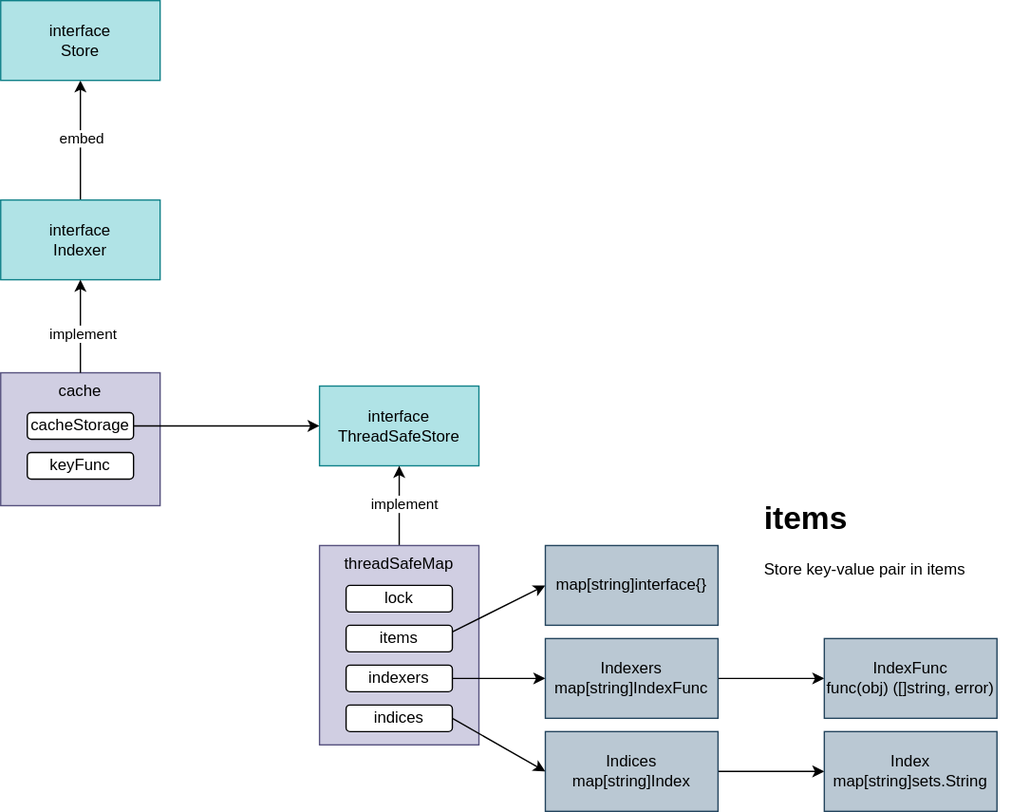
nakamasato/kubernetes-training keeps this draw.io diagram as contents/kubernetes-operator/client-go/indexer/indexer.drawio.svg. Above is the earlier version. Source tidied: cells renumbered, new cells last; positions are measured from the earlier drawing's top-left corner, leaving out a move shared by most shapes. The source it was exported from:
```xml
<mxGraphModel>
  <root>
    <mxCell id="0" />
    <mxCell id="1" parent="0" />
    <mxCell id="2" value="cache" style="rounded=0;whiteSpace=wrap;html=1;verticalAlign=top;fillColor=#d0cee2;strokeColor=#56517e;" parent="1" vertex="1">
      <mxGeometry y="280" width="120" height="100" as="geometry" />
    </mxCell>
    <mxCell id="3" style="edgeStyle=none;html=1;" parent="1" edge="1" source="5" target="6">
      <mxGeometry relative="1" as="geometry" />
    </mxCell>
    <mxCell id="4" value="embed" style="edgeLabel;html=1;align=center;verticalAlign=middle;" parent="3" vertex="1">
      <mxGeometry x="0.04" relative="1" as="geometry" />
    </mxCell>
    <mxCell id="5" value="interface&lt;br&gt;Indexer" style="rounded=0;whiteSpace=wrap;html=1;fillColor=#b0e3e6;strokeColor=#0e8088;" parent="1" vertex="1">
      <mxGeometry y="150" width="120" height="60" as="geometry" />
    </mxCell>
    <mxCell id="6" value="interface&lt;br&gt;Store" style="rounded=0;whiteSpace=wrap;html=1;fillColor=#b0e3e6;strokeColor=#0e8088;" parent="1" vertex="1">
      <mxGeometry width="120" height="60" as="geometry" />
    </mxCell>
    <mxCell id="7" style="edgeStyle=none;html=1;" parent="1" edge="1" source="2" target="5">
      <mxGeometry relative="1" as="geometry" />
    </mxCell>
    <mxCell id="8" value="implement" style="edgeLabel;html=1;align=center;verticalAlign=middle;" parent="7" vertex="1">
      <mxGeometry x="-0.17" y="-1" relative="1" as="geometry" />
    </mxCell>
    <mxCell id="9" style="edgeStyle=none;html=1;exitX=1;exitY=0.5;exitDx=0;exitDy=0;" parent="1" edge="1" source="11" target="10">
      <mxGeometry relative="1" as="geometry" />
    </mxCell>
    <mxCell id="10" value="interface&lt;br&gt;ThreadSafeStore" style="rounded=0;whiteSpace=wrap;html=1;fillColor=#b0e3e6;strokeColor=#0e8088;" parent="1" vertex="1">
      <mxGeometry x="240" y="290" width="120" height="60" as="geometry" />
    </mxCell>
    <mxCell id="11" value="cacheStorage" style="rounded=1;whiteSpace=wrap;html=1;" parent="1" vertex="1">
      <mxGeometry x="20" y="310" width="80" height="20" as="geometry" />
    </mxCell>
    <mxCell id="12" value="keyFunc" style="rounded=1;whiteSpace=wrap;html=1;" parent="1" vertex="1">
      <mxGeometry x="20" y="340" width="80" height="20" as="geometry" />
    </mxCell>
    <mxCell id="13" style="edgeStyle=none;html=1;" parent="1" edge="1" source="15" target="10">
      <mxGeometry relative="1" as="geometry" />
    </mxCell>
    <mxCell id="14" value="implement" style="edgeLabel;html=1;align=center;verticalAlign=middle;" parent="13" vertex="1">
      <mxGeometry x="0.07" y="-3" relative="1" as="geometry" />
    </mxCell>
    <mxCell id="15" value="threadSafeMap" style="rounded=0;whiteSpace=wrap;html=1;verticalAlign=top;fillColor=#d0cee2;strokeColor=#56517e;" parent="1" vertex="1">
      <mxGeometry x="240" y="410" width="120" height="150" as="geometry" />
    </mxCell>
    <mxCell id="16" value="lock" style="rounded=1;whiteSpace=wrap;html=1;" parent="1" vertex="1">
      <mxGeometry x="260" y="440" width="80" height="20" as="geometry" />
    </mxCell>
    <mxCell id="17" style="edgeStyle=none;html=1;entryX=0;entryY=0.5;entryDx=0;entryDy=0;exitX=1;exitY=0.25;exitDx=0;exitDy=0;" parent="1" edge="1" source="18" target="29">
      <mxGeometry relative="1" as="geometry" />
    </mxCell>
    <mxCell id="18" value="items" style="rounded=1;whiteSpace=wrap;html=1;" parent="1" vertex="1">
      <mxGeometry x="260" y="470" width="80" height="20" as="geometry" />
    </mxCell>
    <mxCell id="19" style="edgeStyle=none;html=1;" parent="1" edge="1" source="20" target="24">
      <mxGeometry relative="1" as="geometry" />
    </mxCell>
    <mxCell id="20" value="indexers" style="rounded=1;whiteSpace=wrap;html=1;" parent="1" vertex="1">
      <mxGeometry x="260" y="500" width="80" height="20" as="geometry" />
    </mxCell>
    <mxCell id="21" style="edgeStyle=none;html=1;entryX=0;entryY=0.5;entryDx=0;entryDy=0;exitX=1;exitY=0.5;exitDx=0;exitDy=0;" parent="1" edge="1" source="22" target="26">
      <mxGeometry relative="1" as="geometry" />
    </mxCell>
    <mxCell id="22" value="indices" style="rounded=1;whiteSpace=wrap;html=1;" parent="1" vertex="1">
      <mxGeometry x="260" y="530" width="80" height="20" as="geometry" />
    </mxCell>
    <mxCell id="23" style="edgeStyle=none;html=1;" parent="1" edge="1" source="24" target="27">
      <mxGeometry relative="1" as="geometry" />
    </mxCell>
    <mxCell id="24" value="Indexers&lt;br&gt;map[string]IndexFunc" style="rounded=0;whiteSpace=wrap;html=1;fillColor=#bac8d3;strokeColor=#23445d;" parent="1" vertex="1">
      <mxGeometry x="410" y="480" width="130" height="60" as="geometry" />
    </mxCell>
    <mxCell id="25" style="edgeStyle=none;html=1;" parent="1" edge="1" source="26" target="28">
      <mxGeometry relative="1" as="geometry" />
    </mxCell>
    <mxCell id="26" value="Indices&lt;br&gt;map[string]Index" style="rounded=0;whiteSpace=wrap;html=1;fillColor=#bac8d3;strokeColor=#23445d;" parent="1" vertex="1">
      <mxGeometry x="410" y="550" width="130" height="60" as="geometry" />
    </mxCell>
    <mxCell id="27" value="IndexFunc&lt;br&gt;func(obj) ([]string, error)" style="rounded=0;whiteSpace=wrap;html=1;fillColor=#bac8d3;strokeColor=#23445d;" parent="1" vertex="1">
      <mxGeometry x="620" y="480" width="130" height="60" as="geometry" />
    </mxCell>
    <mxCell id="28" value="Index&lt;br&gt;map[string]sets.String" style="rounded=0;whiteSpace=wrap;html=1;fillColor=#bac8d3;strokeColor=#23445d;" parent="1" vertex="1">
      <mxGeometry x="620" y="550" width="130" height="60" as="geometry" />
    </mxCell>
    <mxCell id="29" value="map[string]interface{}" style="rounded=0;whiteSpace=wrap;html=1;fillColor=#bac8d3;strokeColor=#23445d;" parent="1" vertex="1">
      <mxGeometry x="410" y="410" width="130" height="60" as="geometry" />
    </mxCell>
    <mxCell id="30" value="&lt;h1&gt;items&lt;/h1&gt;&lt;p&gt;Store key-value pair in items&lt;/p&gt;" style="text;html=1;strokeColor=none;fillColor=none;spacing=5;spacingTop=-20;whiteSpace=wrap;overflow=hidden;rounded=0;" parent="1" vertex="1">
      <mxGeometry x="570" y="370" width="190" height="80" as="geometry" />
    </mxCell>
  </root>
</mxGraphModel>
```
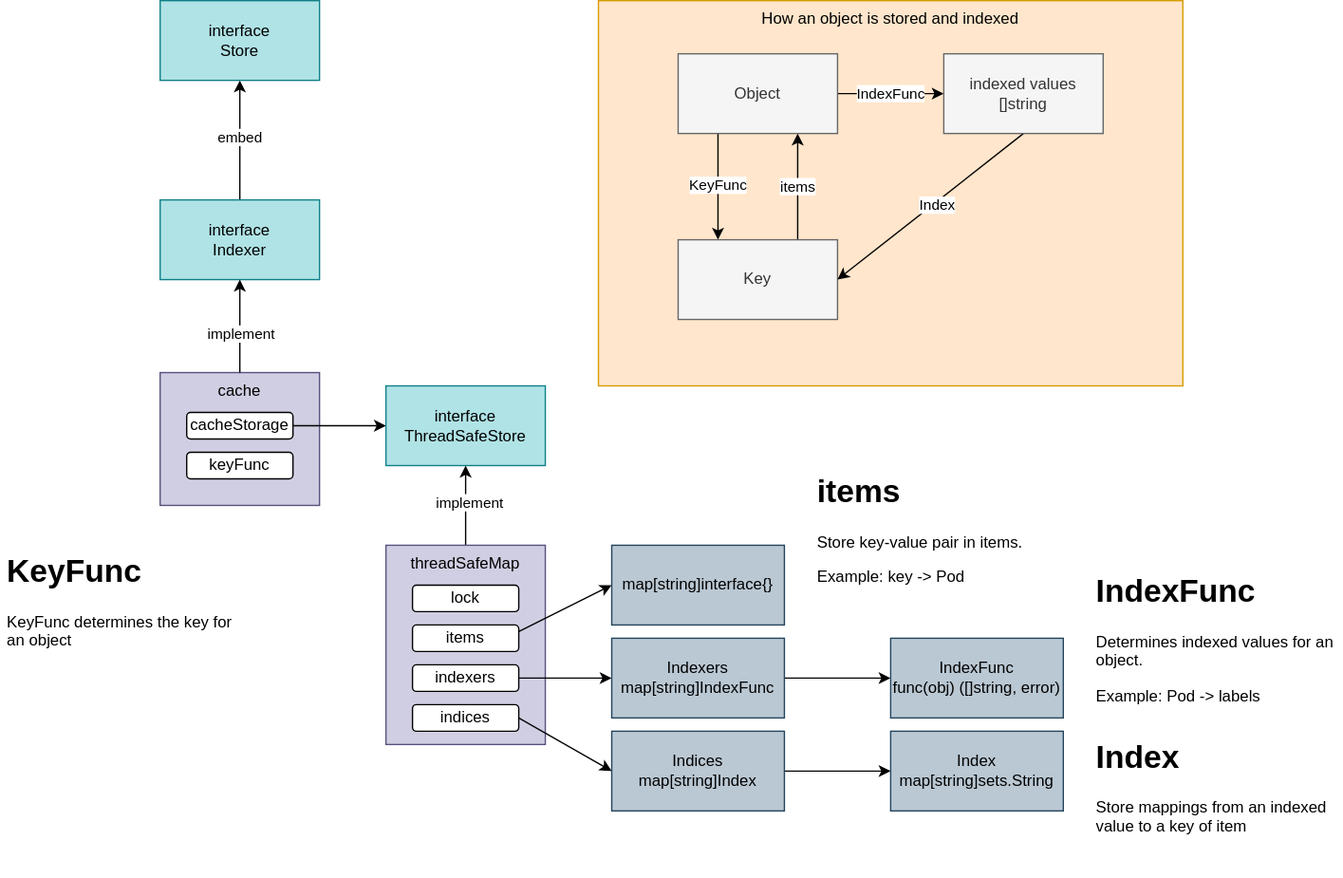
The same diagram one commit later.

Diff of the diagram source:
```diff
@@ -2,8 +2,11 @@
   <root>
     <mxCell id="0" />
     <mxCell id="1" parent="0" />
+    <mxCell id="31" value="How an object is stored and indexed" style="rounded=0;whiteSpace=wrap;html=1;fillColor=#ffe6cc;strokeColor=#d79b00;verticalAlign=top;" parent="1" vertex="1">
+      <mxGeometry x="400" width="440" height="290" as="geometry" />
+    </mxCell>
     <mxCell id="2" value="cache" style="rounded=0;whiteSpace=wrap;html=1;verticalAlign=top;fillColor=#d0cee2;strokeColor=#56517e;" parent="1" vertex="1">
-      <mxGeometry y="280" width="120" height="100" as="geometry" />
+      <mxGeometry x="70" y="280" width="120" height="100" as="geometry" />
     </mxCell>
     <mxCell id="3" style="edgeStyle=none;html=1;" parent="1" edge="1" source="5" target="6">
       <mxGeometry relative="1" as="geometry" />
@@ -12,10 +15,10 @@
       <mxGeometry x="0.04" relative="1" as="geometry" />
     </mxCell>
     <mxCell id="5" value="interface&lt;br&gt;Indexer" style="rounded=0;whiteSpace=wrap;html=1;fillColor=#b0e3e6;strokeColor=#0e8088;" parent="1" vertex="1">
-      <mxGeometry y="150" width="120" height="60" as="geometry" />
+      <mxGeometry x="70" y="150" width="120" height="60" as="geometry" />
     </mxCell>
     <mxCell id="6" value="interface&lt;br&gt;Store" style="rounded=0;whiteSpace=wrap;html=1;fillColor=#b0e3e6;strokeColor=#0e8088;" parent="1" vertex="1">
-      <mxGeometry width="120" height="60" as="geometry" />
+      <mxGeometry x="70" width="120" height="60" as="geometry" />
     </mxCell>
     <mxCell id="7" style="edgeStyle=none;html=1;" parent="1" edge="1" source="2" target="5">
       <mxGeometry relative="1" as="geometry" />
@@ -30,10 +33,10 @@
       <mxGeometry x="240" y="290" width="120" height="60" as="geometry" />
     </mxCell>
     <mxCell id="11" value="cacheStorage" style="rounded=1;whiteSpace=wrap;html=1;" parent="1" vertex="1">
-      <mxGeometry x="20" y="310" width="80" height="20" as="geometry" />
+      <mxGeometry x="90" y="310" width="80" height="20" as="geometry" />
     </mxCell>
     <mxCell id="12" value="keyFunc" style="rounded=1;whiteSpace=wrap;html=1;" parent="1" vertex="1">
-      <mxGeometry x="20" y="340" width="80" height="20" as="geometry" />
+      <mxGeometry x="90" y="340" width="80" height="20" as="geometry" />
     </mxCell>
     <mxCell id="13" style="edgeStyle=none;html=1;" parent="1" edge="1" source="15" target="10">
       <mxGeometry relative="1" as="geometry" />
@@ -86,8 +89,44 @@
     <mxCell id="29" value="map[string]interface{}" style="rounded=0;whiteSpace=wrap;html=1;fillColor=#bac8d3;strokeColor=#23445d;" parent="1" vertex="1">
       <mxGeometry x="410" y="410" width="130" height="60" as="geometry" />
     </mxCell>
-    <mxCell id="30" value="&lt;h1&gt;items&lt;/h1&gt;&lt;p&gt;Store key-value pair in items&lt;/p&gt;" style="text;html=1;strokeColor=none;fillColor=none;spacing=5;spacingTop=-20;whiteSpace=wrap;overflow=hidden;rounded=0;" parent="1" vertex="1">
-      <mxGeometry x="570" y="370" width="190" height="80" as="geometry" />
+    <mxCell id="30" value="&lt;h1&gt;items&lt;/h1&gt;&lt;p&gt;Store key-value pair in items.&lt;/p&gt;&lt;p&gt;Example: key -&amp;gt; Pod&lt;/p&gt;" style="text;html=1;strokeColor=none;fillColor=none;spacing=5;spacingTop=-20;whiteSpace=wrap;overflow=hidden;rounded=0;" parent="1" vertex="1">
+      <mxGeometry x="560" y="350" width="190" height="110" as="geometry" />
     </mxCell>
+    <mxCell id="32" value="&lt;h1&gt;IndexFunc&lt;/h1&gt;&lt;p&gt;Determines indexed values for an object.&lt;/p&gt;&lt;p&gt;Example: Pod -&amp;gt; labels&lt;/p&gt;" style="text;html=1;strokeColor=none;fillColor=none;spacing=5;spacingTop=-20;whiteSpace=wrap;overflow=hidden;rounded=0;" parent="1" vertex="1">
+      <mxGeometry x="770" y="425" width="190" height="110" as="geometry" />
+    </mxCell>
+    <mxCell id="33" value="&lt;h1&gt;Index&lt;/h1&gt;&lt;p&gt;Store mappings from an indexed value to a key of item&lt;/p&gt;" style="text;html=1;strokeColor=none;fillColor=none;spacing=5;spacingTop=-20;whiteSpace=wrap;overflow=hidden;rounded=0;" parent="1" vertex="1">
+      <mxGeometry x="770" y="550" width="190" height="110" as="geometry" />
+    </mxCell>
+    <mxCell id="34" value="&lt;h1&gt;KeyFunc&lt;/h1&gt;&lt;p&gt;KeyFunc determines the key for an object&lt;/p&gt;" style="text;html=1;strokeColor=none;fillColor=none;spacing=5;spacingTop=-20;whiteSpace=wrap;overflow=hidden;rounded=0;" parent="1" vertex="1">
+      <mxGeometry x="-50" y="410" width="190" height="110" as="geometry" />
+    </mxCell>
+    <mxCell id="35" style="edgeStyle=none;html=1;exitX=0.25;exitY=1;exitDx=0;exitDy=0;entryX=0.25;entryY=0;entryDx=0;entryDy=0;" parent="1" edge="1" source="38" target="40">
+      <mxGeometry relative="1" as="geometry" />
+    </mxCell>
+    <mxCell id="36" value="KeyFunc" style="edgeLabel;html=1;align=center;verticalAlign=middle;" parent="35" vertex="1">
+      <mxGeometry x="-0.03" relative="1" as="geometry" />
+    </mxCell>
+    <mxCell id="37" value="IndexFunc" style="edgeStyle=none;html=1;" parent="1" edge="1" source="38" target="43">
+      <mxGeometry relative="1" as="geometry" />
+    </mxCell>
+    <mxCell id="38" value="Object" style="rounded=0;whiteSpace=wrap;html=1;fillColor=#f5f5f5;fontColor=#333333;strokeColor=#666666;" parent="1" vertex="1">
+      <mxGeometry x="460" y="40" width="120" height="60" as="geometry" />
+    </mxCell>
+    <mxCell id="39" value="items" style="edgeStyle=none;html=1;exitX=0.75;exitY=0;exitDx=0;exitDy=0;entryX=0.75;entryY=1;entryDx=0;entryDy=0;" parent="1" edge="1" source="40" target="38">
+      <mxGeometry relative="1" as="geometry" />
+    </mxCell>
+    <mxCell id="40" value="Key" style="rounded=0;whiteSpace=wrap;html=1;fillColor=#f5f5f5;fontColor=#333333;strokeColor=#666666;" parent="1" vertex="1">
+      <mxGeometry x="460" y="180" width="120" height="60" as="geometry" />
+    </mxCell>
+    <mxCell id="41" style="edgeStyle=none;html=1;entryX=1;entryY=0.5;entryDx=0;entryDy=0;exitX=0.5;exitY=1;exitDx=0;exitDy=0;" parent="1" edge="1" source="43" target="40">
+      <mxGeometry relative="1" as="geometry" />
+    </mxCell>
+    <mxCell id="42" value="Index" style="edgeLabel;html=1;align=center;verticalAlign=middle;" parent="41" vertex="1">
+      <mxGeometry x="-0.05" y="2" relative="1" as="geometry" />
+    </mxCell>
+    <mxCell id="43" value="indexed values&lt;br&gt;[]string" style="rounded=0;whiteSpace=wrap;html=1;fillColor=#f5f5f5;fontColor=#333333;strokeColor=#666666;" parent="1" vertex="1">
+      <mxGeometry x="660" y="40" width="120" height="60" as="geometry" />
+    </mxCell>
   </root>
 </mxGraphModel>
```
